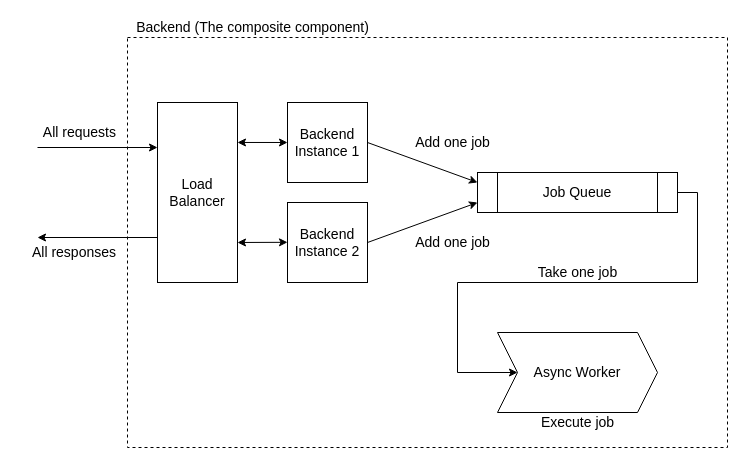
Earlier version of the draw.io diagram drawios/c4-backend.drawio (Zachaccino/Thesis-Paper). Source tidied: cells renumbered, new cells numbered last; positions are measured from the earlier drawing's top-left corner, leaving out a move shared by most shapes. Both pictures are drawn from the tidied source at 100%, with x=0, y=0 at pixel (17, 17).
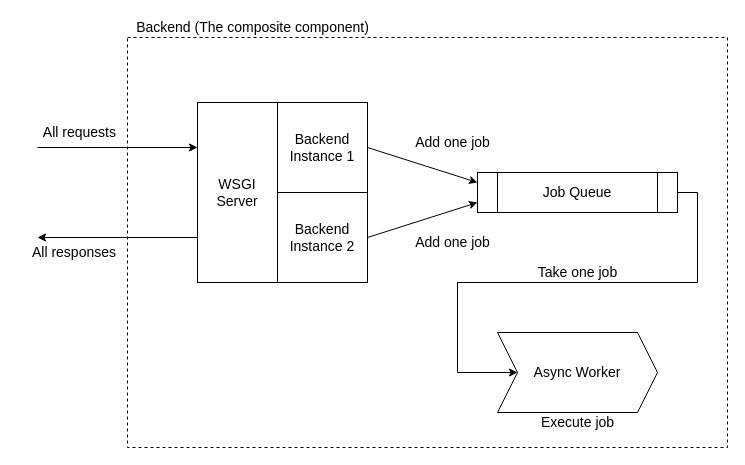
After the change.

What changed in the source:
```diff
@@
     <mxCell id="4" value="Backend&lt;br&gt;Instance 1" style="whiteSpace=wrap;html=1;shadow=0;fontSize=14;" parent="1" vertex="1">
-      <mxGeometry x="270" y="85" width="80" height="80" as="geometry" />
+      <mxGeometry x="260" y="85" width="90" height="90" as="geometry" />
     </mxCell>
@@
     <mxCell id="12" value="Backend&lt;br&gt;Instance 2" style="whiteSpace=wrap;html=1;shadow=0;fontSize=14;" parent="1" vertex="1">
-      <mxGeometry x="270" y="185" width="80" height="80" as="geometry" />
+      <mxGeometry x="260" y="175" width="90" height="90" as="geometry" />
     </mxCell>
@@
-    <mxCell id="15" value="Load Balancer" style="rounded=0;whiteSpace=wrap;html=1;shadow=0;fontSize=14;align=center;" parent="1" vertex="1">
-      <mxGeometry x="140" y="85" width="80" height="180" as="geometry" />
+    <mxCell id="15" value="WSGI Server" style="rounded=0;whiteSpace=wrap;html=1;shadow=0;fontSize=14;align=center;" parent="1" vertex="1">
+      <mxGeometry x="180" y="85" width="80" height="180" as="geometry" />
     </mxCell>
-    <mxCell id="16" style="endArrow=classic;startArrow=classic;html=1;strokeWidth=1;fontSize=14;entryX=0;entryY=0.5;entryDx=0;entryDy=0;exitX=1;exitY=0.222;exitDx=0;exitDy=0;exitPerimeter=0;" parent="1" edge="1" source="15" target="4">
-      <mxGeometry relative="1" as="geometry" />
-    </mxCell>
-    <mxCell id="17" style="endArrow=classic;startArrow=classic;html=1;strokeWidth=1;fontSize=14;entryX=0;entryY=0.5;entryDx=0;entryDy=0;" parent="1" edge="1">
-      <mxGeometry relative="1" as="geometry">
-        <mxPoint x="220" y="225" as="sourcePoint" />
-        <mxPoint x="270" y="224.8" as="targetPoint" />
-      </mxGeometry>
-    </mxCell>
```
